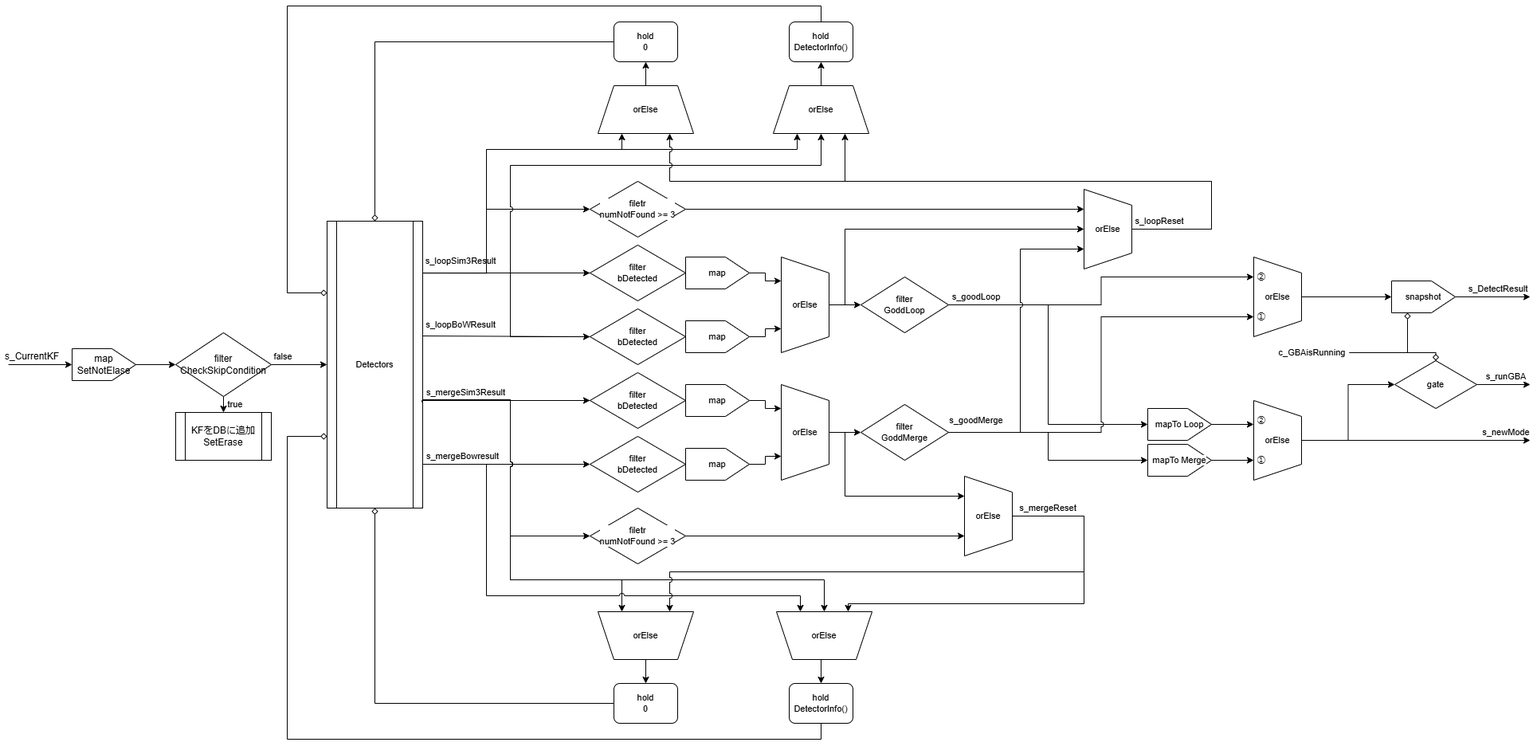
Before: images/Detector-全体のネットワーク.png, a diagram exported from draw.io (suzuki-taro-unofficial/ORB-SLAM3-decoding). Source tidied: cells renumbered, new cells last; positions are measured from the earlier drawing's top-left corner, leaving out a move shared by most shapes.
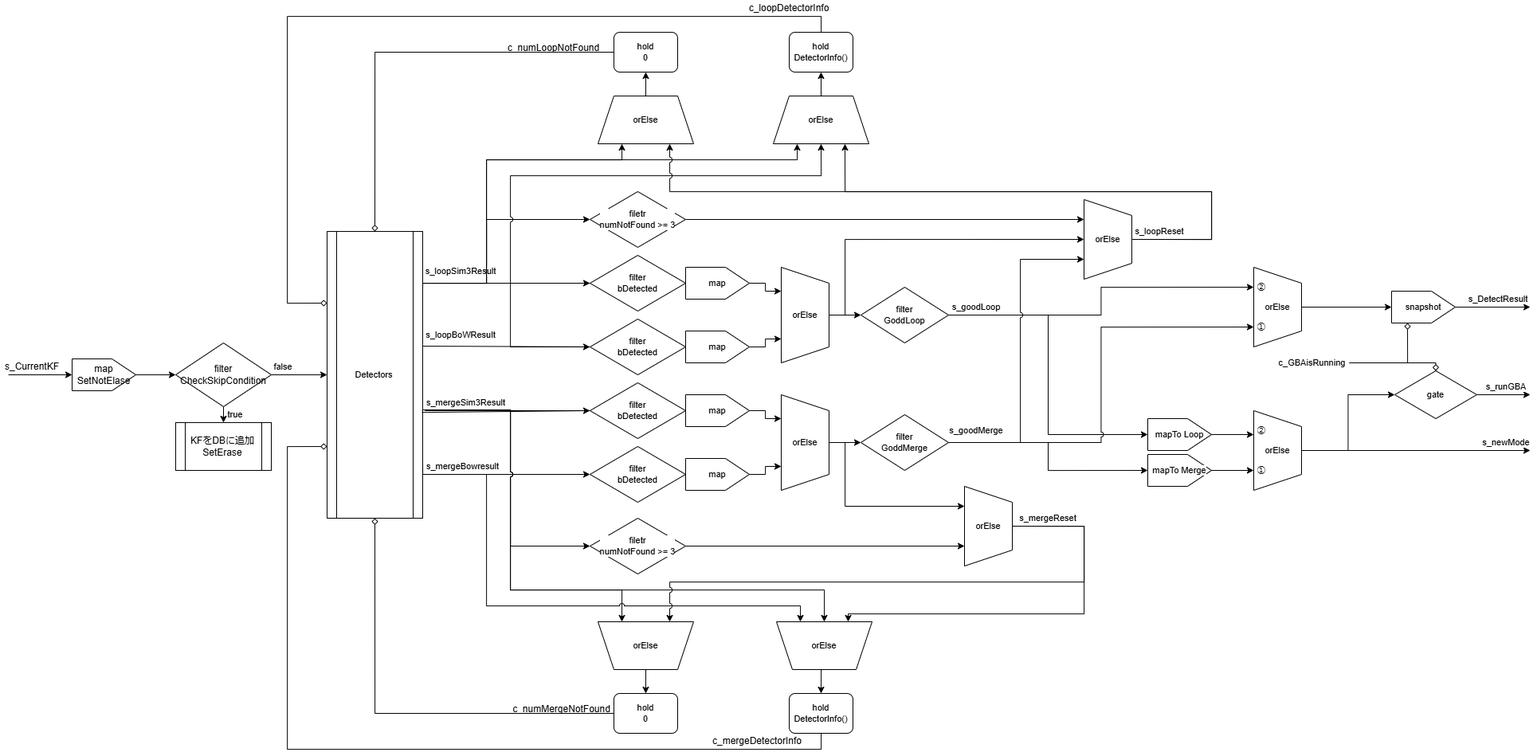
The same diagram one commit later.

The edit, as a diff of the source:
```diff
@@ -445,5 +445,17 @@
     <mxCell id="107" value="orElse" style="shape=trapezoid;perimeter=trapezoidPerimeter;whiteSpace=wrap;html=1;fixedSize=1;fontFamily=Helvetica;fontSize=11;fontColor=default;labelBackgroundColor=default;direction=east;" parent="1" vertex="1">
       <mxGeometry x="750" y="100" width="120" height="60" as="geometry" />
     </mxCell>
+    <mxCell id="108" value="c_numMergeNotFound" style="text;html=1;align=center;verticalAlign=middle;whiteSpace=wrap;rounded=0;" parent="1" vertex="1">
+      <mxGeometry x="657.5" y="860" width="92.5" height="20" as="geometry" />
+    </mxCell>
+    <mxCell id="109" value="c_numLoopNotFound" style="text;html=1;align=center;verticalAlign=middle;whiteSpace=wrap;rounded=0;" parent="1" vertex="1">
+      <mxGeometry x="647.5" y="30" width="92.5" height="20" as="geometry" />
+    </mxCell>
+    <mxCell id="110" value="c_mergeDetectorInfo" style="text;html=1;align=center;verticalAlign=middle;whiteSpace=wrap;rounded=0;" parent="1" vertex="1">
+      <mxGeometry x="910" y="900" width="80" height="20" as="geometry" />
+    </mxCell>
+    <mxCell id="111" value="c_loopDetectorInfo" style="text;html=1;align=center;verticalAlign=middle;whiteSpace=wrap;rounded=0;" parent="1" vertex="1">
+      <mxGeometry x="950" y="-20" width="80" height="20" as="geometry" />
+    </mxCell>
   </root>
 </mxGraphModel>
```
